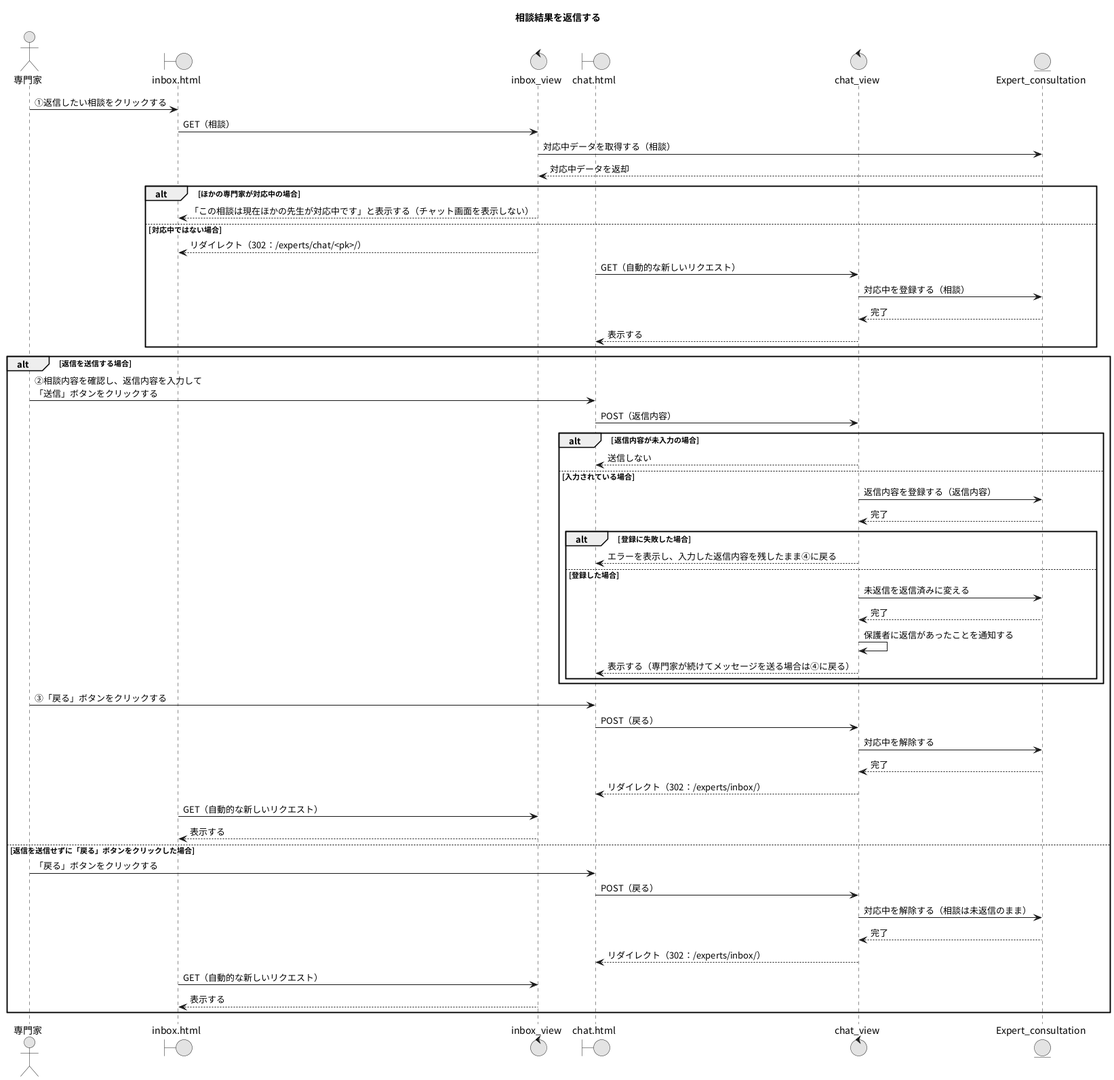
Above: PNG/12_相談結果を返信する.png in Ma2naga190330/26_sotugyou_puml (PlantUML), before the change.
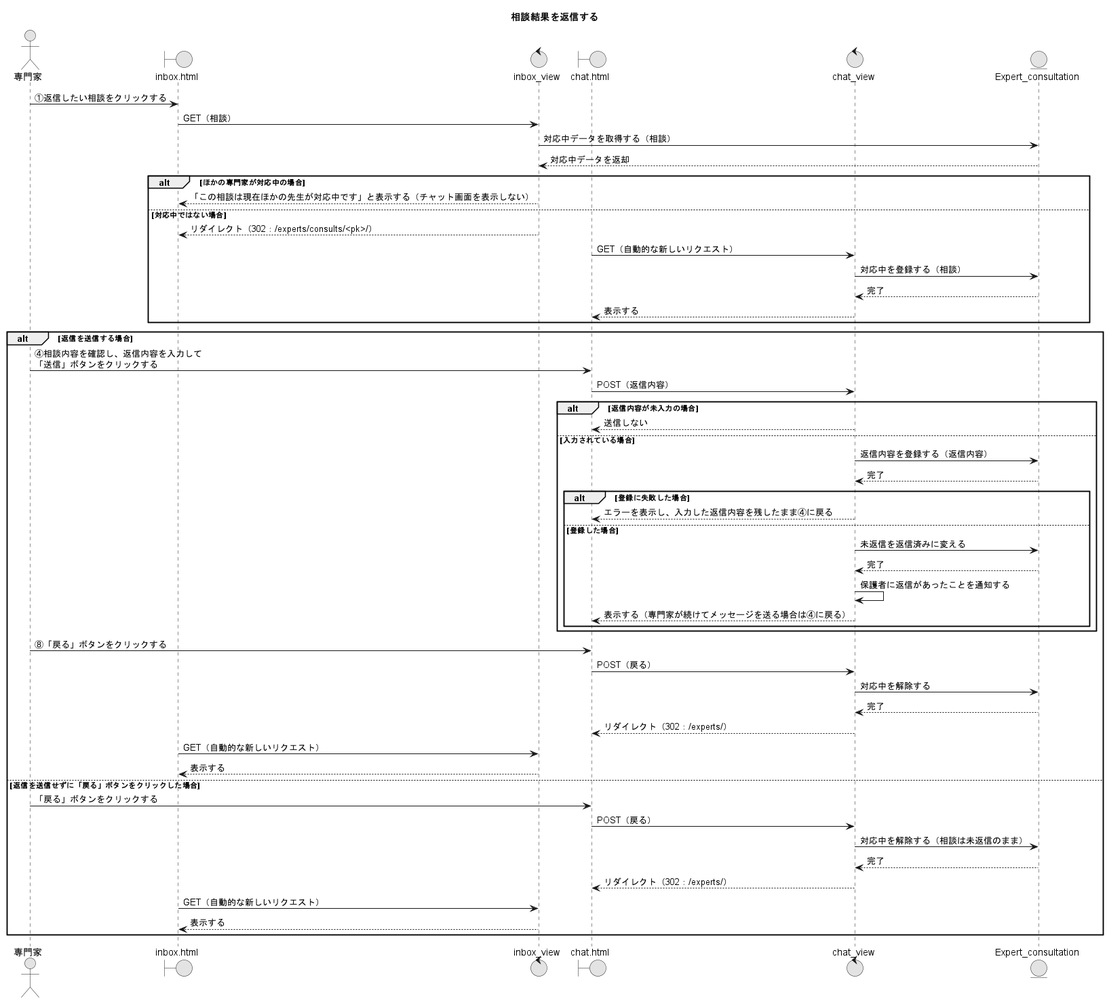
After the change.

Diff of the diagram source:
```diff
@@ -17,7 +17,7 @@
 alt ほかの専門家が対応中の場合
   IBV --> IBP : 「この相談は現在ほかの先生が対応中です」と表示する（チャット画面を表示しない）
 else 対応中ではない場合
-  IBV --> IBP : リダイレクト（302：/experts/chat/<pk>/）
+  IBV --> IBP : リダイレクト（302：/experts/consults/<pk>/）
   CP -> CV : GET（自動的な新しいリクエスト）
   CV -> ECSM : 対応中を登録する（相談）
   CV <-- ECSM : 完了
@@ -25,7 +25,7 @@
 end
 
 alt 返信を送信する場合
-  A -> CP : ②相談内容を確認し、返信内容を入力して\n「送信」ボタンをクリックする
+  A -> CP : ④相談内容を確認し、返信内容を入力して\n「送信」ボタンをクリックする
   CP -> CV : POST（返信内容）
   alt 返信内容が未入力の場合
     CV --> CP : 送信しない
@@ -41,11 +41,11 @@
       CV --> CP : 表示する（専門家が続けてメッセージを送る場合は④に戻る）
     end
   end
-  A -> CP : ③「戻る」ボタンをクリックする
+  A -> CP : ⑧「戻る」ボタンをクリックする
   CP -> CV : POST（戻る）
   CV -> ECSM : 対応中を解除する
   CV <-- ECSM : 完了
-  CV --> CP : リダイレクト（302：/experts/inbox/）
+  CV --> CP : リダイレクト（302：/experts/）
   IBP -> IBV : GET（自動的な新しいリクエスト）
   IBV --> IBP : 表示する
 else 返信を送信せずに「戻る」ボタンをクリックした場合
@@ -53,7 +53,7 @@
   CP -> CV : POST（戻る）
   CV -> ECSM : 対応中を解除する（相談は未返信のまま）
   CV <-- ECSM : 完了
-  CV --> CP : リダイレクト（302：/experts/inbox/）
+  CV --> CP : リダイレクト（302：/experts/）
   IBP -> IBV : GET（自動的な新しいリクエスト）
   IBV --> IBP : 表示する
 end
```
